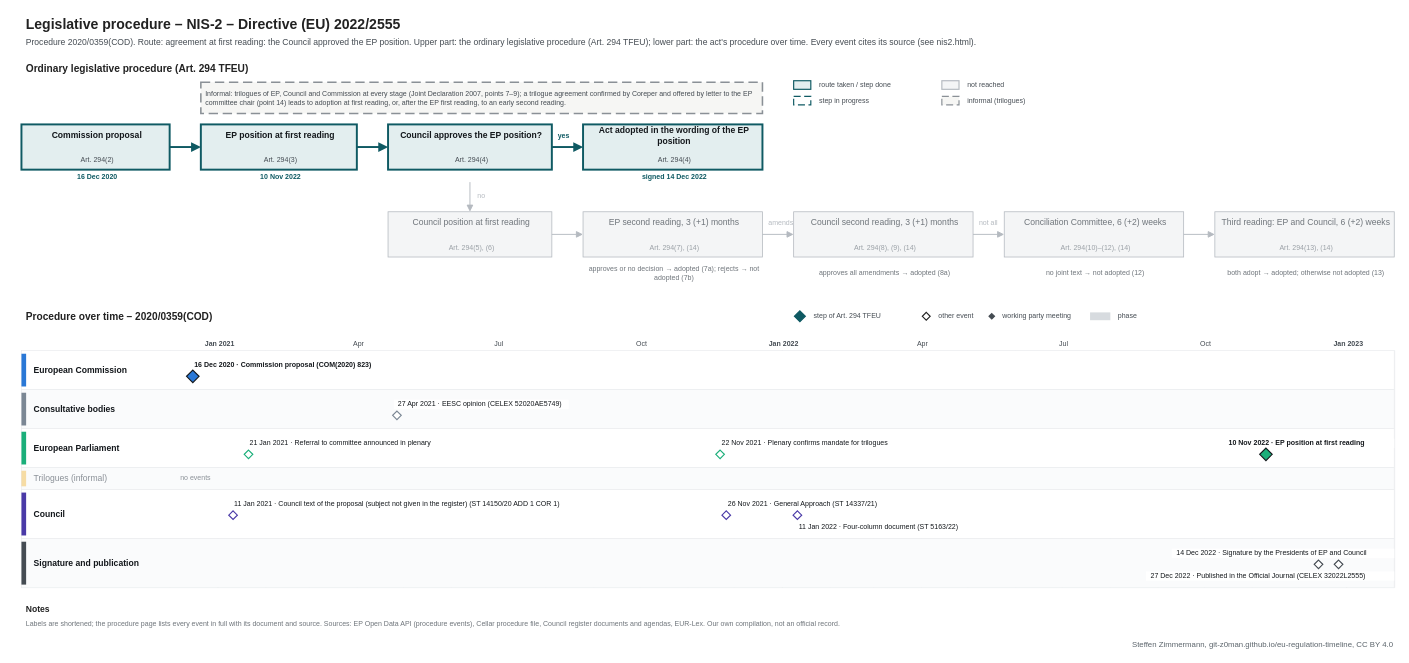
Before: procedures/nis2.drawio in git-z0man/eu-regulation-timeline, a draw.io diagram. Source tidied: cells renumbered, new cells numbered last; positions are measured from the earlier drawing's top-left corner, leaving out a move shared by most shapes. Both pictures are drawn from the tidied source at 78%, with x=0, y=0 at pixel (13, 13).
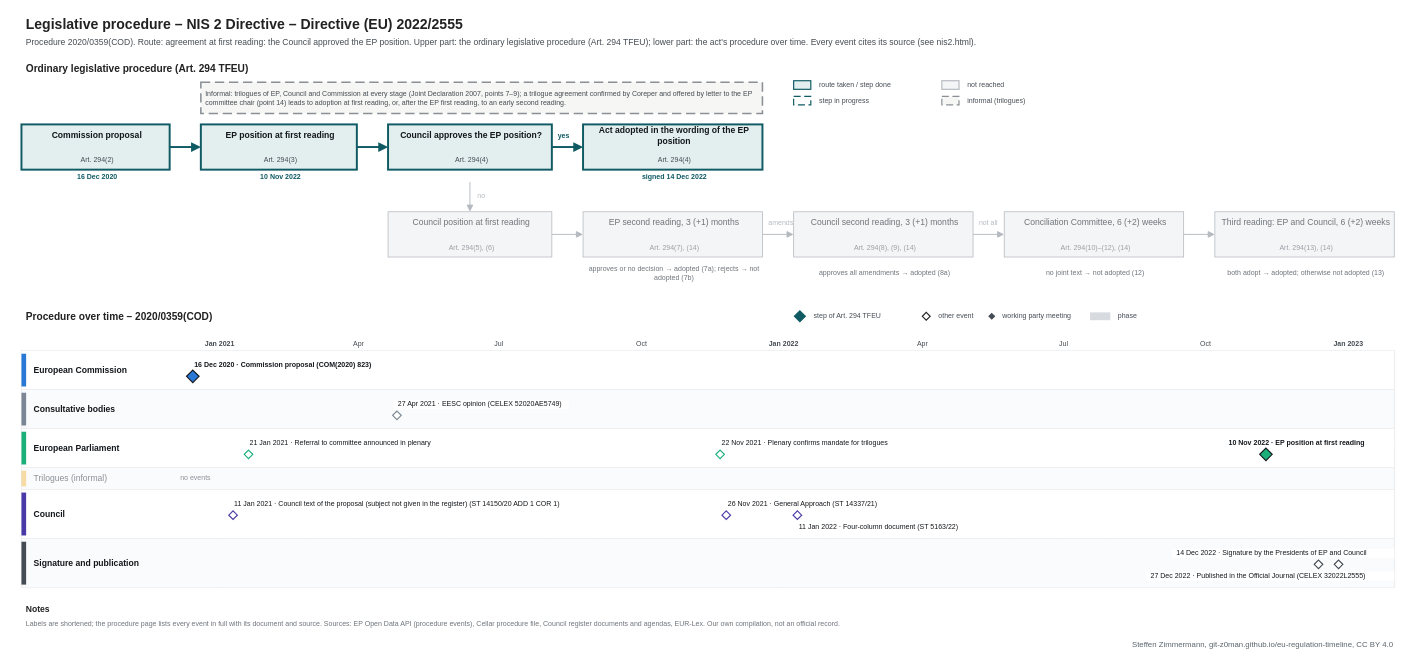
The same diagram, later.

What changed in the source:
```diff
@@
-    <mxCell id="2" value="Legislative procedure – NIS-2 – Directive (EU) 2022/2555" style="text;html=1;fontSize=18;fontColor=#222222;align=left;verticalAlign=middle;spacingLeft=4;fontStyle=1;" parent="1" vertex="1">
+    <mxCell id="2" value="Legislative procedure – NIS 2 Directive – Directive (EU) 2022/2555" style="text;html=1;fontSize=18;fontColor=#222222;align=left;verticalAlign=middle;spacingLeft=4;fontStyle=1;" parent="1" vertex="1">
       <mxGeometry x="10" width="1600" height="28" as="geometry" />
     </mxCell>
```
